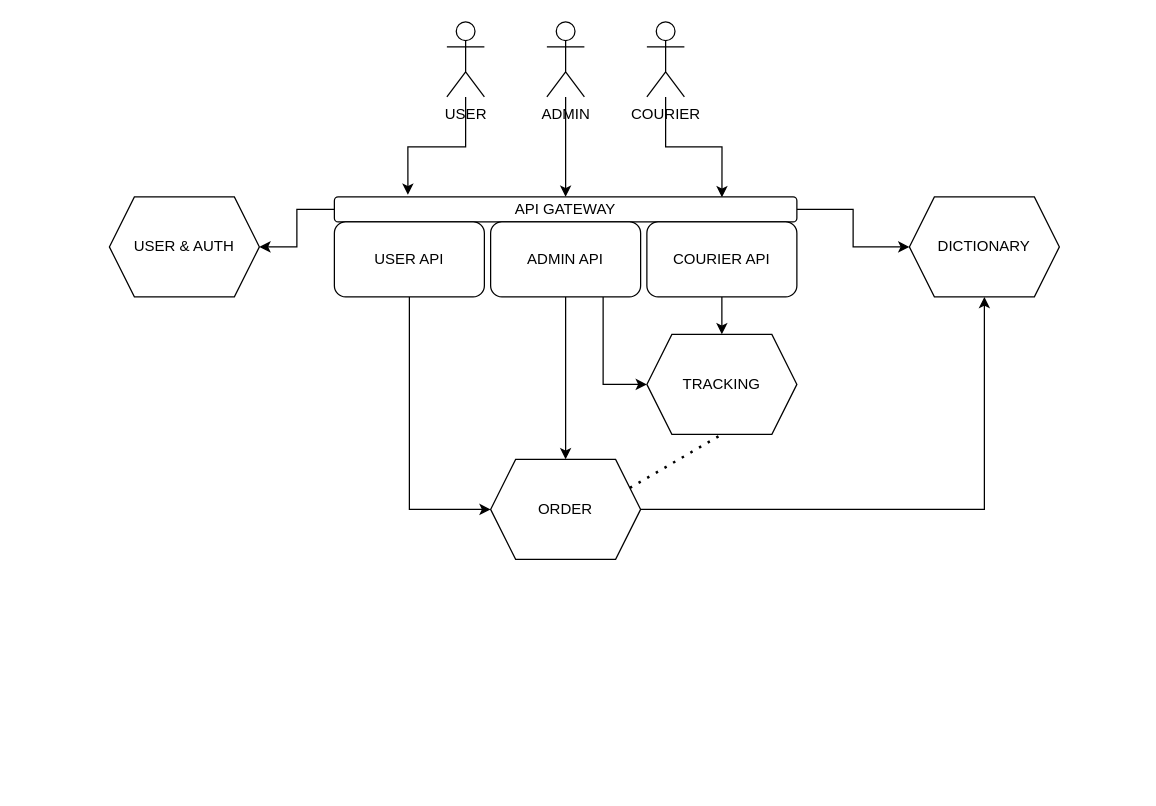
AntonLGVS/deliver keeps this draw.io diagram as docs/deliver_architecture.drawio. Above is the earlier version. Source tidied: cells renumbered, new cells numbered last; positions are measured from the earlier drawing's top-left corner, leaving out a move shared by most shapes. Both pictures are drawn from the tidied source at 125%, with x=0, y=0 at pixel (109, 21).
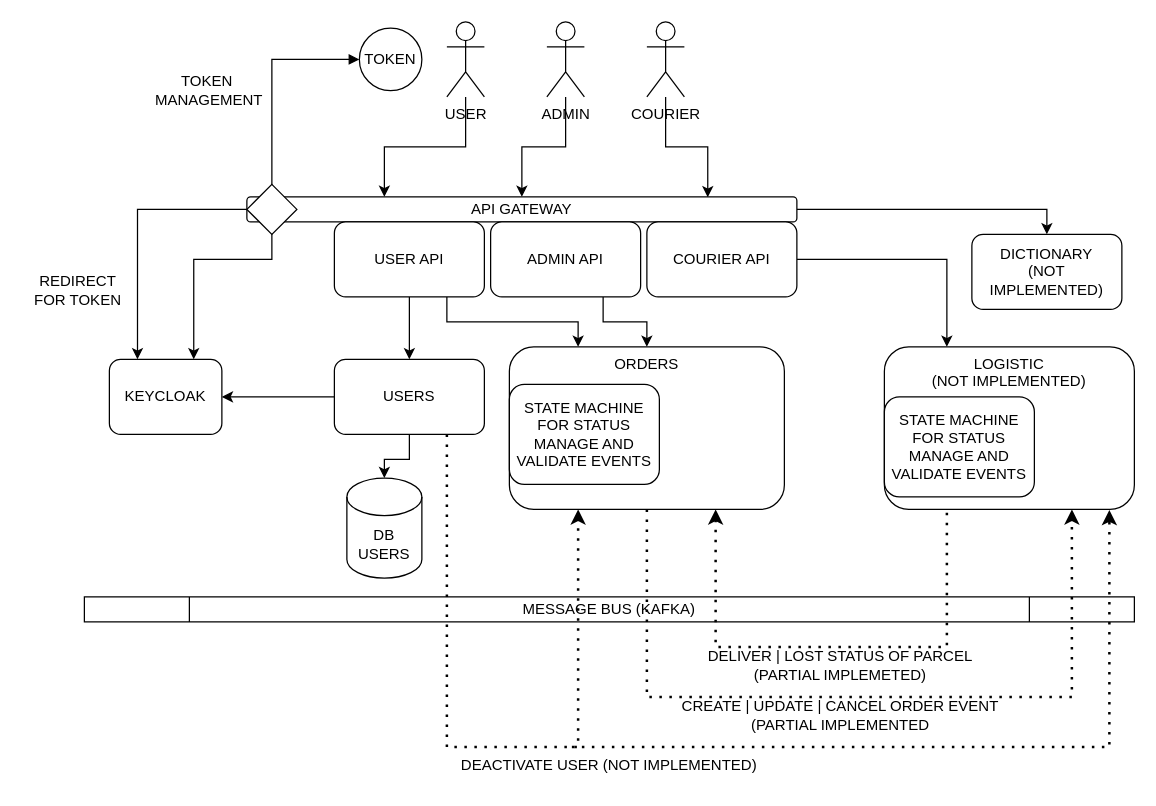
Above is the later version.

Commit message (it also covers changes not shown here):
[DELIVER] BE: Updated ARCHITECTURE docs

Unchanged cells that the change refers to:
```xml
<mxCell id="7" value="USER" style="shape=umlActor;verticalLabelPosition=bottom;verticalAlign=top;html=1;outlineConnect=0;" parent="1" vertex="1">
  <mxGeometry x="270" width="30" height="60" as="geometry" />
</mxCell>
<mxCell id="12" value="USER API" style="rounded=1;whiteSpace=wrap;html=1;" parent="1" vertex="1">
  <mxGeometry x="180" y="160" width="120" height="60" as="geometry" />
</mxCell>
<mxCell id="15" value="ADMIN API" style="rounded=1;whiteSpace=wrap;html=1;" parent="1" vertex="1">
  <mxGeometry x="305" y="160" width="120" height="60" as="geometry" />
</mxCell>
<mxCell id="17" value="COURIER API" style="rounded=1;whiteSpace=wrap;html=1;" parent="1" vertex="1">
  <mxGeometry x="430" y="160" width="120" height="60" as="geometry" />
</mxCell>
```

Change to the diagram source:
```diff
@@
-    <mxCell id="6" style="edgeStyle=orthogonalEdgeStyle;rounded=0;jettySize=auto;html=1;entryX=0.159;entryY=-0.083;entryDx=0;entryDy=0;entryPerimeter=0;" parent="1" edge="1" source="7" target="10">
+    <mxCell id="6" style="edgeStyle=orthogonalEdgeStyle;rounded=0;jettySize=auto;html=1;entryX=0.25;entryY=0;entryDx=0;entryDy=0;" parent="1" edge="1" source="7" target="10">
       <mxGeometry relative="1" as="geometry" />
     </mxCell>
@@
-    <mxCell id="8" style="edgeStyle=orthogonalEdgeStyle;rounded=0;jettySize=auto;html=1;" parent="1" edge="1" source="10" target="18">
-      <mxGeometry relative="1" as="geometry" />
-    </mxCell>
-    <mxCell id="9" style="edgeStyle=orthogonalEdgeStyle;rounded=0;jettySize=auto;html=1;" parent="1" edge="1" source="10" target="21">
-      <mxGeometry relative="1" as="geometry" />
-    </mxCell>
+    <mxCell id="24" style="edgeStyle=orthogonalEdgeStyle;rounded=0;jettySize=auto;html=1;" parent="1" edge="1" source="10" target="37">
+      <mxGeometry relative="1" as="geometry" />
+    </mxCell>
+    <mxCell id="25" style="edgeStyle=orthogonalEdgeStyle;rounded=0;jettySize=auto;html=1;exitX=0;exitY=0.5;exitDx=0;exitDy=0;entryX=0.25;entryY=0;entryDx=0;entryDy=0;" parent="1" edge="1" source="10" target="31">
+      <mxGeometry relative="1" as="geometry" />
+    </mxCell>
     <mxCell id="10" value="API GATEWAY" style="rounded=1;whiteSpace=wrap;html=1;" parent="1" vertex="1">
-      <mxGeometry x="180" y="140" width="370" height="20" as="geometry" />
+      <mxGeometry x="110" y="140" width="440" height="20" as="geometry" />
     </mxCell>
-    <mxCell id="11" style="edgeStyle=orthogonalEdgeStyle;rounded=0;jettySize=auto;html=1;exitX=0.5;exitY=1;exitDx=0;exitDy=0;entryX=0;entryY=0.5;entryDx=0;entryDy=0;" parent="1" edge="1" source="12" target="20">
-      <mxGeometry relative="1" as="geometry" />
-    </mxCell>
+    <mxCell id="26" style="rounded=0;jettySize=auto;html=1;entryX=0.75;entryY=0;entryDx=0;entryDy=0;edgeStyle=orthogonalEdgeStyle;startArrow=block;" parent="1" edge="1" source="49" target="31">
+      <mxGeometry relative="1" as="geometry">
+        <Array as="points">
+          <mxPoint x="130" y="30" />
+          <mxPoint x="130" y="190" />
+          <mxPoint x="68" y="190" />
+        </Array>
+      </mxGeometry>
+    </mxCell>
+    <mxCell id="27" style="edgeStyle=orthogonalEdgeStyle;rounded=0;jettySize=auto;html=1;" parent="1" edge="1" source="12" target="34">
+      <mxGeometry relative="1" as="geometry" />
+    </mxCell>
+    <mxCell id="28" style="edgeStyle=orthogonalEdgeStyle;rounded=0;jettySize=auto;html=1;exitX=0.75;exitY=1;exitDx=0;exitDy=0;entryX=0.25;entryY=0;entryDx=0;entryDy=0;" parent="1" edge="1" source="12" target="36">
+      <mxGeometry relative="1" as="geometry" />
+    </mxCell>
@@
-    <mxCell id="13" style="edgeStyle=orthogonalEdgeStyle;rounded=0;jettySize=auto;html=1;exitX=0.75;exitY=1;exitDx=0;exitDy=0;entryX=0;entryY=0.5;entryDx=0;entryDy=0;" parent="1" edge="1" source="15" target="22">
-      <mxGeometry relative="1" as="geometry" />
-    </mxCell>
-    <mxCell id="14" style="edgeStyle=orthogonalEdgeStyle;rounded=0;jettySize=auto;html=1;exitX=0.5;exitY=1;exitDx=0;exitDy=0;entryX=0.5;entryY=0;entryDx=0;entryDy=0;" parent="1" edge="1" source="15" target="20">
-      <mxGeometry relative="1" as="geometry" />
-    </mxCell>
+    <mxCell id="29" style="edgeStyle=orthogonalEdgeStyle;rounded=0;jettySize=auto;html=1;exitX=0.75;exitY=1;exitDx=0;exitDy=0;entryX=0.5;entryY=0;entryDx=0;entryDy=0;" parent="1" edge="1" source="15" target="36">
+      <mxGeometry relative="1" as="geometry" />
+    </mxCell>
@@
-    <mxCell id="16" style="edgeStyle=orthogonalEdgeStyle;rounded=0;jettySize=auto;html=1;" parent="1" edge="1" source="17" target="22">
-      <mxGeometry relative="1" as="geometry" />
-    </mxCell>
+    <mxCell id="30" style="edgeStyle=orthogonalEdgeStyle;rounded=0;jettySize=auto;html=1;exitX=1;exitY=0.5;exitDx=0;exitDy=0;entryX=0.25;entryY=0;entryDx=0;entryDy=0;" parent="1" edge="1" source="17" target="38">
+      <mxGeometry relative="1" as="geometry" />
+    </mxCell>
@@
-    <mxCell id="18" value="USER &amp;amp; AUTH" style="shape=hexagon;perimeter=hexagonPerimeter2;whiteSpace=wrap;html=1;fixedSize=1;" parent="1" vertex="1">
-      <mxGeometry y="140" width="120" height="80" as="geometry" />
-    </mxCell>
-    <mxCell id="19" style="edgeStyle=orthogonalEdgeStyle;rounded=0;jettySize=auto;html=1;exitX=1;exitY=0.5;exitDx=0;exitDy=0;entryX=0.5;entryY=1;entryDx=0;entryDy=0;" parent="1" edge="1" source="20" target="21">
-      <mxGeometry relative="1" as="geometry" />
-    </mxCell>
-    <mxCell id="20" value="ORDER" style="shape=hexagon;perimeter=hexagonPerimeter2;whiteSpace=wrap;html=1;fixedSize=1;" parent="1" vertex="1">
-      <mxGeometry x="305" y="350" width="120" height="80" as="geometry" />
-    </mxCell>
-    <mxCell id="21" value="DICTIONARY" style="shape=hexagon;perimeter=hexagonPerimeter2;whiteSpace=wrap;html=1;fixedSize=1;" parent="1" vertex="1">
-      <mxGeometry x="640" y="140" width="120" height="80" as="geometry" />
-    </mxCell>
-    <mxCell id="22" value="TRACKING" style="shape=hexagon;perimeter=hexagonPerimeter2;whiteSpace=wrap;html=1;fixedSize=1;" parent="1" vertex="1">
-      <mxGeometry x="430" y="250" width="120" height="80" as="geometry" />
-    </mxCell>
-    <mxCell id="23" style="endArrow=none;dashed=1;html=1;dashPattern=1 3;strokeWidth=2;rounded=0;exitX=1;exitY=0.25;exitDx=0;exitDy=0;entryX=0.5;entryY=1;entryDx=0;entryDy=0;" parent="1" edge="1" source="20" target="22">
-      <mxGeometry relative="1" as="geometry" />
-    </mxCell>
+    <mxCell id="31" value="KEYCLOAK" style="rounded=1;whiteSpace=wrap;html=1;" parent="1" vertex="1">
+      <mxGeometry y="270" width="90" height="60" as="geometry" />
+    </mxCell>
+    <mxCell id="32" style="edgeStyle=orthogonalEdgeStyle;rounded=0;jettySize=auto;html=1;exitX=0.5;exitY=1;exitDx=0;exitDy=0;entryX=0.5;entryY=0;entryDx=0;entryDy=0;entryPerimeter=0;" parent="1" edge="1" source="34" target="35">
+      <mxGeometry relative="1" as="geometry" />
+    </mxCell>
+    <mxCell id="33" style="edgeStyle=orthogonalEdgeStyle;rounded=0;jettySize=auto;html=1;" parent="1" edge="1" source="34" target="31">
+      <mxGeometry relative="1" as="geometry" />
+    </mxCell>
+    <mxCell id="34" value="USERS" style="rounded=1;whiteSpace=wrap;html=1;" parent="1" vertex="1">
+      <mxGeometry x="180" y="270" width="120" height="60" as="geometry" />
+    </mxCell>
+    <mxCell id="35" value="DB&lt;br&gt;USERS" style="shape=cylinder3;whiteSpace=wrap;html=1;boundedLbl=1;backgroundOutline=1;size=15;" parent="1" vertex="1">
+      <mxGeometry x="190" y="365" width="60" height="80" as="geometry" />
+    </mxCell>
+    <mxCell id="36" value="ORDERS" style="rounded=1;whiteSpace=wrap;html=1;verticalAlign=top;" parent="1" vertex="1">
+      <mxGeometry x="320" y="260" width="220" height="130" as="geometry" />
+    </mxCell>
+    <mxCell id="37" value="DICTIONARY&lt;br&gt;(NOT IMPLEMENTED)" style="rounded=1;whiteSpace=wrap;html=1;" parent="1" vertex="1">
+      <mxGeometry x="690" y="170" width="120" height="60" as="geometry" />
+    </mxCell>
+    <mxCell id="38" value="LOGISTIC&lt;br&gt;(NOT IMPLEMENTED)" style="rounded=1;whiteSpace=wrap;html=1;verticalAlign=top;" parent="1" vertex="1">
+      <mxGeometry x="620" y="260" width="200" height="130" as="geometry" />
+    </mxCell>
+    <mxCell id="39" value="STATE MACHINE&lt;br&gt;FOR STATUS MANAGE AND VALIDATE EVENTS" style="rounded=1;whiteSpace=wrap;html=1;" parent="1" vertex="1">
+      <mxGeometry x="320" y="290" width="120" height="80" as="geometry" />
+    </mxCell>
+    <mxCell id="40" value="MESSAGE BUS (KAFKA)" style="shape=process;whiteSpace=wrap;html=1;backgroundOutline=1;" parent="1" vertex="1">
+      <mxGeometry x="-20" y="460" width="840" height="20" as="geometry" />
+    </mxCell>
+    <mxCell id="41" value="STATE MACHINE&lt;br&gt;FOR STATUS MANAGE AND VALIDATE EVENTS" style="rounded=1;whiteSpace=wrap;html=1;" parent="1" vertex="1">
+      <mxGeometry x="620" y="300" width="120" height="80" as="geometry" />
+    </mxCell>
+    <mxCell id="42" style="endArrow=none;dashed=1;html=1;dashPattern=1 3;strokeWidth=2;rounded=0;entryX=0.25;entryY=1;entryDx=0;entryDy=0;exitX=0.75;exitY=1;exitDx=0;exitDy=0;endFill=0;startArrow=classic;startFill=1;" parent="1" edge="1" source="36" target="38">
+      <mxGeometry relative="1" as="geometry">
+        <Array as="points">
+          <mxPoint x="485" y="500" />
+          <mxPoint x="670" y="500" />
+        </Array>
+      </mxGeometry>
+    </mxCell>
+    <mxCell id="43" value="DELIVER | LOST STATUS OF PARCEL (PARTIAL IMPLEMETED)" style="text;html=1;strokeColor=none;fillColor=none;align=center;verticalAlign=middle;whiteSpace=wrap;rounded=0;" parent="1" vertex="1">
+      <mxGeometry x="465" y="500" width="240" height="30" as="geometry" />
+    </mxCell>
+    <mxCell id="44" style="endArrow=classic;dashed=1;html=1;dashPattern=1 3;strokeWidth=2;rounded=0;exitX=0.5;exitY=1;exitDx=0;exitDy=0;entryX=0.75;entryY=1;entryDx=0;entryDy=0;startArrow=none;startFill=0;endFill=1;" parent="1" edge="1" source="36" target="38">
+      <mxGeometry relative="1" as="geometry">
+        <Array as="points">
+          <mxPoint x="430" y="540" />
+          <mxPoint x="770" y="540" />
+        </Array>
+      </mxGeometry>
+    </mxCell>
+    <mxCell id="45" value="CREATE | UPDATE | CANCEL ORDER EVENT (PARTIAL IMPLEMENTED" style="text;html=1;strokeColor=none;fillColor=none;align=center;verticalAlign=middle;whiteSpace=wrap;rounded=0;" parent="1" vertex="1">
+      <mxGeometry x="445" y="540" width="280" height="30" as="geometry" />
+    </mxCell>
+    <mxCell id="46" style="endArrow=classic;dashed=1;html=1;dashPattern=1 3;strokeWidth=2;rounded=0;exitX=0.75;exitY=1;exitDx=0;exitDy=0;entryX=0.25;entryY=1;entryDx=0;entryDy=0;endFill=1;" parent="1" edge="1" source="34" target="36">
+      <mxGeometry relative="1" as="geometry">
+        <Array as="points">
+          <mxPoint x="270" y="580" />
+          <mxPoint x="375" y="580" />
+        </Array>
+      </mxGeometry>
+    </mxCell>
+    <mxCell id="47" style="endArrow=classic;dashed=1;html=1;dashPattern=1 3;strokeWidth=2;rounded=0;entryX=0.9;entryY=1.004;entryDx=0;entryDy=0;entryPerimeter=0;endFill=1;" parent="1" edge="1" target="38">
+      <mxGeometry relative="1" as="geometry">
+        <mxPoint x="370" y="580" as="sourcePoint" />
+        <Array as="points">
+          <mxPoint x="800" y="580" />
+        </Array>
+      </mxGeometry>
+    </mxCell>
+    <mxCell id="48" value="DEACTIVATE USER (NOT IMPLEMENTED)" style="text;html=1;strokeColor=none;fillColor=none;align=center;verticalAlign=middle;whiteSpace=wrap;rounded=0;" parent="1" vertex="1">
+      <mxGeometry x="260" y="580" width="280" height="30" as="geometry" />
+    </mxCell>
+    <mxCell id="49" value="TOKEN" style="ellipse;whiteSpace=wrap;html=1;" parent="1" vertex="1">
+      <mxGeometry x="200" y="5" width="50" height="50" as="geometry" />
+    </mxCell>
+    <mxCell id="50" value="REDIRECT FOR TOKEN" style="text;html=1;strokeColor=none;fillColor=none;align=center;verticalAlign=middle;whiteSpace=wrap;rounded=0;" parent="1" vertex="1">
+      <mxGeometry x="-70" y="200" width="90" height="30" as="geometry" />
+    </mxCell>
+    <mxCell id="51" value="TOKEN&amp;nbsp;&lt;br&gt;MANAGEMENT" style="text;html=1;strokeColor=none;fillColor=none;align=center;verticalAlign=middle;whiteSpace=wrap;rounded=0;" parent="1" vertex="1">
+      <mxGeometry x="20" y="40" width="120" height="30" as="geometry" />
+    </mxCell>
+    <mxCell id="52" style="rhombus;whiteSpace=wrap;html=1;" parent="1" vertex="1">
+      <mxGeometry x="110" y="130" width="40" height="40" as="geometry" />
+    </mxCell>
```
